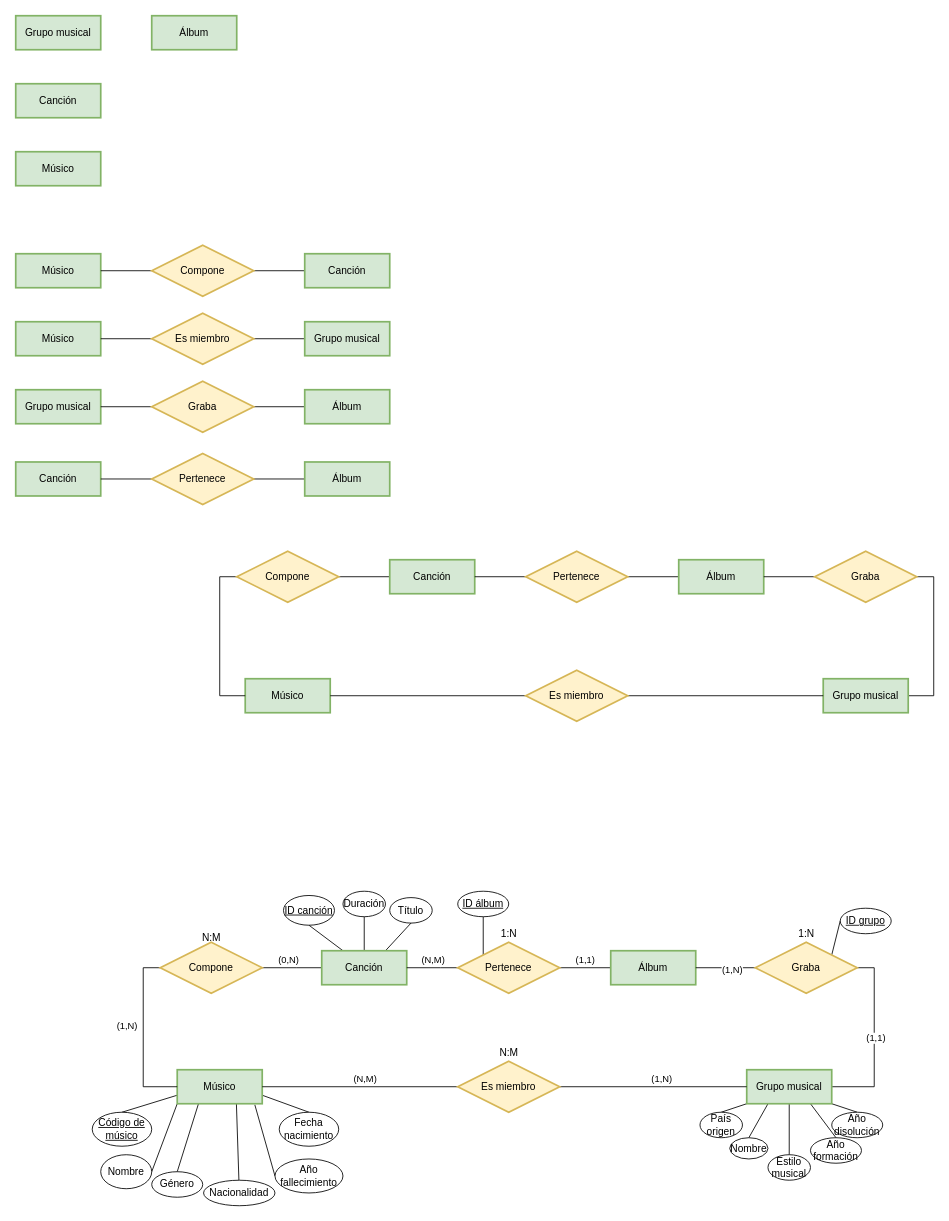
This is Empresa Discográfica.drawio from Carball04/Trabajos-E-R, a draw.io file, before an edit. Source tidied: cells renumbered, new cells numbered last; positions are measured from the earlier drawing's top-left corner, leaving out a move shared by most shapes. Both pictures are drawn from the tidied source at 85%, with x=0, y=0 at pixel (15, 15).
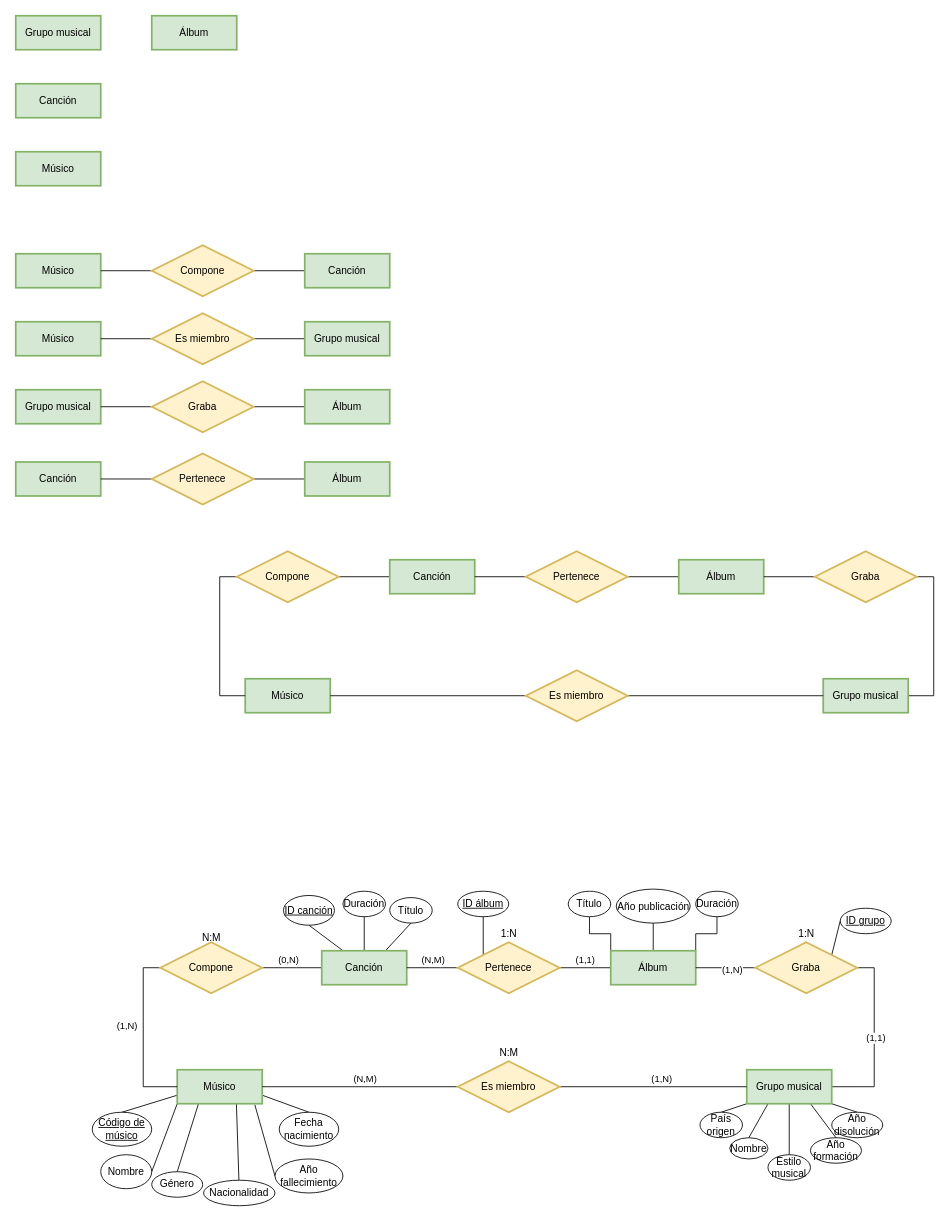
Above is the later version.

Unchanged cells that the change refers to:
```xml
<mxCell id="64" value="Álbum" style="whiteSpace=wrap;html=1;align=center;strokeWidth=2;fillColor=#d5e8d4;strokeColor=#82b366;" parent="1" vertex="1">
  <mxGeometry x="700" y="1100" width="100" height="40" as="geometry" />
</mxCell>
```

The edit, as a diff of the source:
```diff
@@
+    <mxCell id="102" style="edgeStyle=orthogonalEdgeStyle;rounded=0;jettySize=auto;html=1;exitX=1;exitY=0;exitDx=0;exitDy=0;entryX=0.5;entryY=1;entryDx=0;entryDy=0;endArrow=none;endFill=0;" parent="1" edge="1" source="64" target="107">
+      <mxGeometry relative="1" as="geometry" />
+    </mxCell>
+    <mxCell id="103" style="edgeStyle=orthogonalEdgeStyle;rounded=0;jettySize=auto;html=1;exitX=0;exitY=0;exitDx=0;exitDy=0;entryX=0.5;entryY=1;entryDx=0;entryDy=0;endArrow=none;endFill=0;" parent="1" edge="1" source="64" target="105">
+      <mxGeometry relative="1" as="geometry" />
+    </mxCell>
+    <mxCell id="104" style="edgeStyle=orthogonalEdgeStyle;rounded=0;jettySize=auto;html=1;exitX=0.5;exitY=0;exitDx=0;exitDy=0;entryX=0.5;entryY=1;entryDx=0;entryDy=0;endArrow=none;endFill=0;" parent="1" edge="1" source="64" target="106">
+      <mxGeometry relative="1" as="geometry" />
+    </mxCell>
@@
+    <mxCell id="105" value="Título" style="ellipse;whiteSpace=wrap;html=1;align=center;" parent="1" vertex="1">
+      <mxGeometry x="650" y="1030" width="50" height="30" as="geometry" />
+    </mxCell>
+    <mxCell id="106" value="Año publicación" style="ellipse;whiteSpace=wrap;html=1;align=center;" parent="1" vertex="1">
+      <mxGeometry x="706.5" y="1027.5" width="87" height="40" as="geometry" />
+    </mxCell>
+    <mxCell id="107" value="Duración" style="ellipse;whiteSpace=wrap;html=1;align=center;" parent="1" vertex="1">
+      <mxGeometry x="800" y="1030" width="50" height="30" as="geometry" />
+    </mxCell>
```
